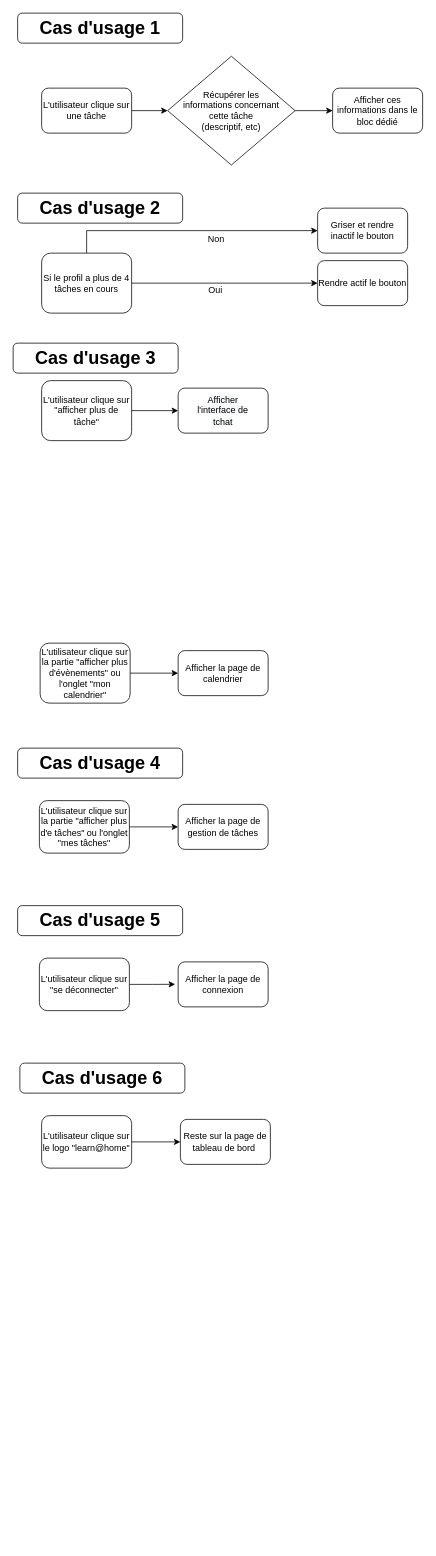
Earlier version of the draw.io diagram page "Page de gestion des tâches" (5 of 5) of Learn@Home_Diagrammes.drawio (Adv13/DENIE_Tiffany_10_03032022). Source tidied: cells renumbered, new cells numbered last; positions are measured from the earlier drawing's top-left corner, leaving out a move shared by most shapes. Both pictures are drawn from the tidied source at 75%, with x=0, y=0 at pixel (13, 13).
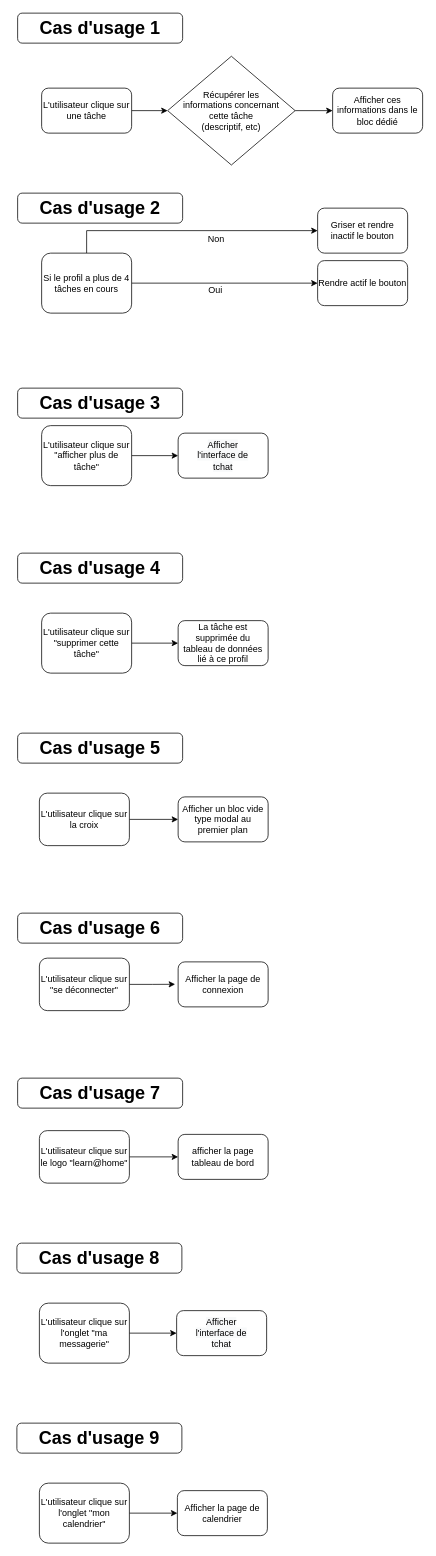
The same page after the edit.

Diff of the diagram source:
```diff
@@
     <mxCell id="12" value="L'utilisateur clique sur &quot;afficher plus de tâche&quot;" style="rounded=1;whiteSpace=wrap;html=1;fontSize=12;" parent="1" vertex="1">
-      <mxGeometry x="38" y="490" width="120" height="80" as="geometry" />
+      <mxGeometry x="38" y="550" width="120" height="80" as="geometry" />
     </mxCell>
     <mxCell id="13" value="&#10;&#10;&lt;span style=&quot;color: rgb(0, 0, 0); font-family: helvetica; font-size: 12px; font-style: normal; font-weight: 400; letter-spacing: normal; text-align: center; text-indent: 0px; text-transform: none; word-spacing: 0px; background-color: rgb(248, 249, 250); display: inline; float: none;&quot;&gt;Afficher&lt;/span&gt;&lt;br style=&quot;color: rgb(0, 0, 0); font-family: helvetica; font-size: 12px; font-style: normal; font-weight: 400; letter-spacing: normal; text-align: center; text-indent: 0px; text-transform: none; word-spacing: 0px; background-color: rgb(248, 249, 250);&quot;&gt;&lt;span style=&quot;color: rgb(0, 0, 0); font-family: helvetica; font-size: 12px; font-style: normal; font-weight: 400; letter-spacing: normal; text-align: center; text-indent: 0px; text-transform: none; word-spacing: 0px; background-color: rgb(248, 249, 250); display: inline; float: none;&quot;&gt;l'interface de&lt;/span&gt;&lt;br style=&quot;color: rgb(0, 0, 0); font-family: helvetica; font-size: 12px; font-style: normal; font-weight: 400; letter-spacing: normal; text-align: center; text-indent: 0px; text-transform: none; word-spacing: 0px; background-color: rgb(248, 249, 250);&quot;&gt;&lt;span style=&quot;color: rgb(0, 0, 0); font-family: helvetica; font-size: 12px; font-style: normal; font-weight: 400; letter-spacing: normal; text-align: center; text-indent: 0px; text-transform: none; word-spacing: 0px; background-color: rgb(248, 249, 250); display: inline; float: none;&quot;&gt;tchat&lt;/span&gt;&#10;&#10;" style="rounded=1;whiteSpace=wrap;html=1;fontSize=12;" parent="1" vertex="1">
-      <mxGeometry x="220" y="500" width="120" height="60" as="geometry" />
+      <mxGeometry x="220" y="560" width="120" height="60" as="geometry" />
     </mxCell>
@@
-    <mxCell id="15" value="L'utilisateur clique sur la partie &quot;afficher plus d'évènements&quot; ou l'onglet &quot;mon calendrier&quot;" style="rounded=1;whiteSpace=wrap;html=1;fontSize=12;" parent="1" vertex="1">
-      <mxGeometry x="36" y="840" width="120" height="80" as="geometry" />
+    <mxCell id="15" value="L'utilisateur clique sur &quot;supprimer cette tâche&quot;" style="rounded=1;whiteSpace=wrap;html=1;fontSize=12;" parent="1" vertex="1">
+      <mxGeometry x="38" y="800" width="120" height="80" as="geometry" />
     </mxCell>
-    <mxCell id="16" value="Afficher la page de calendrier" style="rounded=1;whiteSpace=wrap;html=1;fontSize=12;" parent="1" vertex="1">
-      <mxGeometry x="220" y="850" width="120" height="60" as="geometry" />
+    <mxCell id="16" value="La tâche est supprimée du&lt;br&gt;tableau de données lié à ce profil" style="rounded=1;whiteSpace=wrap;html=1;fontSize=12;" parent="1" vertex="1">
+      <mxGeometry x="220" y="810" width="120" height="60" as="geometry" />
     </mxCell>
     <mxCell id="17" value="&lt;b&gt;&lt;font style=&quot;font-size: 24px&quot;&gt;Cas d'usage 3&lt;/font&gt;&lt;/b&gt;" style="rounded=1;whiteSpace=wrap;html=1;fontSize=12;glass=0;strokeWidth=1;shadow=0;" parent="1" vertex="1">
-      <mxGeometry y="440" width="220" height="40" as="geometry" />
+      <mxGeometry x="6" y="500" width="220" height="40" as="geometry" />
     </mxCell>
@@
-    <mxCell id="19" value="L'utilisateur clique sur la partie &quot;afficher plus d'e tâches&quot; ou l'onglet &quot;mes tâches&quot;" style="rounded=1;whiteSpace=wrap;html=1;fontSize=12;" parent="1" vertex="1">
-      <mxGeometry x="35" y="1050" width="120" height="70" as="geometry" />
+    <mxCell id="19" value="L'utilisateur clique sur la croix" style="rounded=1;whiteSpace=wrap;html=1;fontSize=12;" parent="1" vertex="1">
+      <mxGeometry x="35" y="1040" width="120" height="70" as="geometry" />
     </mxCell>
-    <mxCell id="20" value="Afficher la page de&lt;br&gt;gestion de tâches" style="rounded=1;whiteSpace=wrap;html=1;fontSize=12;" parent="1" vertex="1">
-      <mxGeometry x="220" y="1055" width="120" height="60" as="geometry" />
+    <mxCell id="20" value="Afficher un bloc vide type modal au premier plan" style="rounded=1;whiteSpace=wrap;html=1;fontSize=12;" parent="1" vertex="1">
+      <mxGeometry x="220" y="1045" width="120" height="60" as="geometry" />
     </mxCell>
     <mxCell id="21" value="&lt;b&gt;&lt;font style=&quot;font-size: 24px&quot;&gt;Cas d'usage 4&lt;/font&gt;&lt;/b&gt;" style="rounded=1;whiteSpace=wrap;html=1;fontSize=12;glass=0;strokeWidth=1;shadow=0;" parent="1" vertex="1">
-      <mxGeometry x="6" y="980" width="220" height="40" as="geometry" />
+      <mxGeometry x="6" y="720" width="220" height="40" as="geometry" />
     </mxCell>
@@
     <mxCell id="25" value="&lt;b&gt;&lt;font style=&quot;font-size: 24px&quot;&gt;Cas d'usage 5&lt;/font&gt;&lt;/b&gt;" style="rounded=1;whiteSpace=wrap;html=1;fontSize=12;glass=0;strokeWidth=1;shadow=0;" parent="1" vertex="1">
-      <mxGeometry x="6" y="1190" width="220" height="40" as="geometry" />
+      <mxGeometry x="6" y="960" width="220" height="40" as="geometry" />
     </mxCell>
@@
     <mxCell id="27" value="L'utilisateur clique sur le logo &quot;learn@home&quot;" style="rounded=1;whiteSpace=wrap;html=1;fontSize=12;" parent="1" vertex="1">
-      <mxGeometry x="38" y="1470" width="120" height="70" as="geometry" />
+      <mxGeometry x="35" y="1490" width="120" height="70" as="geometry" />
     </mxCell>
-    <mxCell id="28" value="Reste sur la page de tableau de bord&amp;nbsp;" style="rounded=1;whiteSpace=wrap;html=1;fontSize=12;" parent="1" vertex="1">
-      <mxGeometry x="223" y="1475" width="120" height="60" as="geometry" />
+    <mxCell id="28" value="afficher la page tableau de bord" style="rounded=1;whiteSpace=wrap;html=1;fontSize=12;" parent="1" vertex="1">
+      <mxGeometry x="220" y="1495" width="120" height="60" as="geometry" />
     </mxCell>
-    <mxCell id="29" value="&lt;b&gt;&lt;font style=&quot;font-size: 24px&quot;&gt;Cas d'usage 6&lt;/font&gt;&lt;/b&gt;" style="rounded=1;whiteSpace=wrap;html=1;fontSize=12;glass=0;strokeWidth=1;shadow=0;" parent="1" vertex="1">
-      <mxGeometry x="9" y="1400" width="220" height="40" as="geometry" />
+    <mxCell id="29" value="&lt;b&gt;&lt;font style=&quot;font-size: 24px&quot;&gt;Cas d'usage 7&lt;/font&gt;&lt;/b&gt;" style="rounded=1;whiteSpace=wrap;html=1;fontSize=12;glass=0;strokeWidth=1;shadow=0;" parent="1" vertex="1">
+      <mxGeometry x="6" y="1420" width="220" height="40" as="geometry" />
     </mxCell>
@@
+    <mxCell id="35" value="&lt;b&gt;&lt;font style=&quot;font-size: 24px&quot;&gt;Cas d'usage 6&lt;/font&gt;&lt;/b&gt;" style="rounded=1;whiteSpace=wrap;html=1;fontSize=12;glass=0;strokeWidth=1;shadow=0;" parent="1" vertex="1">
+      <mxGeometry x="6" y="1200" width="220" height="40" as="geometry" />
+    </mxCell>
+    <mxCell id="36" value="&lt;b&gt;&lt;font style=&quot;font-size: 24px&quot;&gt;Cas d'usage 8&lt;/font&gt;&lt;/b&gt;" style="rounded=1;whiteSpace=wrap;html=1;fontSize=12;glass=0;strokeWidth=1;shadow=0;" parent="1" vertex="1">
+      <mxGeometry x="5" y="1640" width="220" height="40" as="geometry" />
+    </mxCell>
+    <mxCell id="37" style="edgeStyle=orthogonalEdgeStyle;rounded=0;jettySize=auto;html=1;exitX=1;exitY=0.5;exitDx=0;exitDy=0;entryX=0;entryY=0.5;entryDx=0;entryDy=0;fontSize=12;" parent="1" edge="1" source="38" target="39">
+      <mxGeometry relative="1" as="geometry" />
+    </mxCell>
+    <mxCell id="38" value="L'utilisateur clique sur l'onglet &quot;ma messagerie&quot;" style="rounded=1;whiteSpace=wrap;html=1;fontSize=12;" parent="1" vertex="1">
+      <mxGeometry x="35" y="1720" width="120" height="80" as="geometry" />
+    </mxCell>
+    <mxCell id="39" value="&#10;&#10;&lt;span style=&quot;color: rgb(0, 0, 0); font-family: helvetica; font-size: 12px; font-style: normal; font-weight: 400; letter-spacing: normal; text-align: center; text-indent: 0px; text-transform: none; word-spacing: 0px; background-color: rgb(248, 249, 250); display: inline; float: none;&quot;&gt;Afficher&lt;/span&gt;&lt;br style=&quot;color: rgb(0, 0, 0); font-family: helvetica; font-size: 12px; font-style: normal; font-weight: 400; letter-spacing: normal; text-align: center; text-indent: 0px; text-transform: none; word-spacing: 0px; background-color: rgb(248, 249, 250);&quot;&gt;&lt;span style=&quot;color: rgb(0, 0, 0); font-family: helvetica; font-size: 12px; font-style: normal; font-weight: 400; letter-spacing: normal; text-align: center; text-indent: 0px; text-transform: none; word-spacing: 0px; background-color: rgb(248, 249, 250); display: inline; float: none;&quot;&gt;l'interface de&lt;/span&gt;&lt;br style=&quot;color: rgb(0, 0, 0); font-family: helvetica; font-size: 12px; font-style: normal; font-weight: 400; letter-spacing: normal; text-align: center; text-indent: 0px; text-transform: none; word-spacing: 0px; background-color: rgb(248, 249, 250);&quot;&gt;&lt;span style=&quot;color: rgb(0, 0, 0); font-family: helvetica; font-size: 12px; font-style: normal; font-weight: 400; letter-spacing: normal; text-align: center; text-indent: 0px; text-transform: none; word-spacing: 0px; background-color: rgb(248, 249, 250); display: inline; float: none;&quot;&gt;tchat&lt;/span&gt;&#10;&#10;" style="rounded=1;whiteSpace=wrap;html=1;fontSize=12;" parent="1" vertex="1">
+      <mxGeometry x="218" y="1730" width="120" height="60" as="geometry" />
+    </mxCell>
+    <mxCell id="40" style="edgeStyle=orthogonalEdgeStyle;rounded=0;jettySize=auto;html=1;exitX=1;exitY=0.5;exitDx=0;exitDy=0;entryX=0;entryY=0.5;entryDx=0;entryDy=0;fontSize=12;" parent="1" edge="1" source="41" target="42">
+      <mxGeometry relative="1" as="geometry" />
+    </mxCell>
+    <mxCell id="41" value="L'utilisateur clique sur l'onglet &quot;mon calendrier&quot;" style="rounded=1;whiteSpace=wrap;html=1;fontSize=12;" parent="1" vertex="1">
+      <mxGeometry x="35" y="1960" width="120" height="80" as="geometry" />
+    </mxCell>
+    <mxCell id="42" value="Afficher la page de calendrier" style="rounded=1;whiteSpace=wrap;html=1;fontSize=12;" parent="1" vertex="1">
+      <mxGeometry x="219" y="1970" width="120" height="60" as="geometry" />
+    </mxCell>
+    <mxCell id="43" value="&lt;b&gt;&lt;font style=&quot;font-size: 24px&quot;&gt;Cas d'usage 9&lt;/font&gt;&lt;/b&gt;" style="rounded=1;whiteSpace=wrap;html=1;fontSize=12;glass=0;strokeWidth=1;shadow=0;" parent="1" vertex="1">
+      <mxGeometry x="5" y="1880" width="220" height="40" as="geometry" />
+    </mxCell>
```
